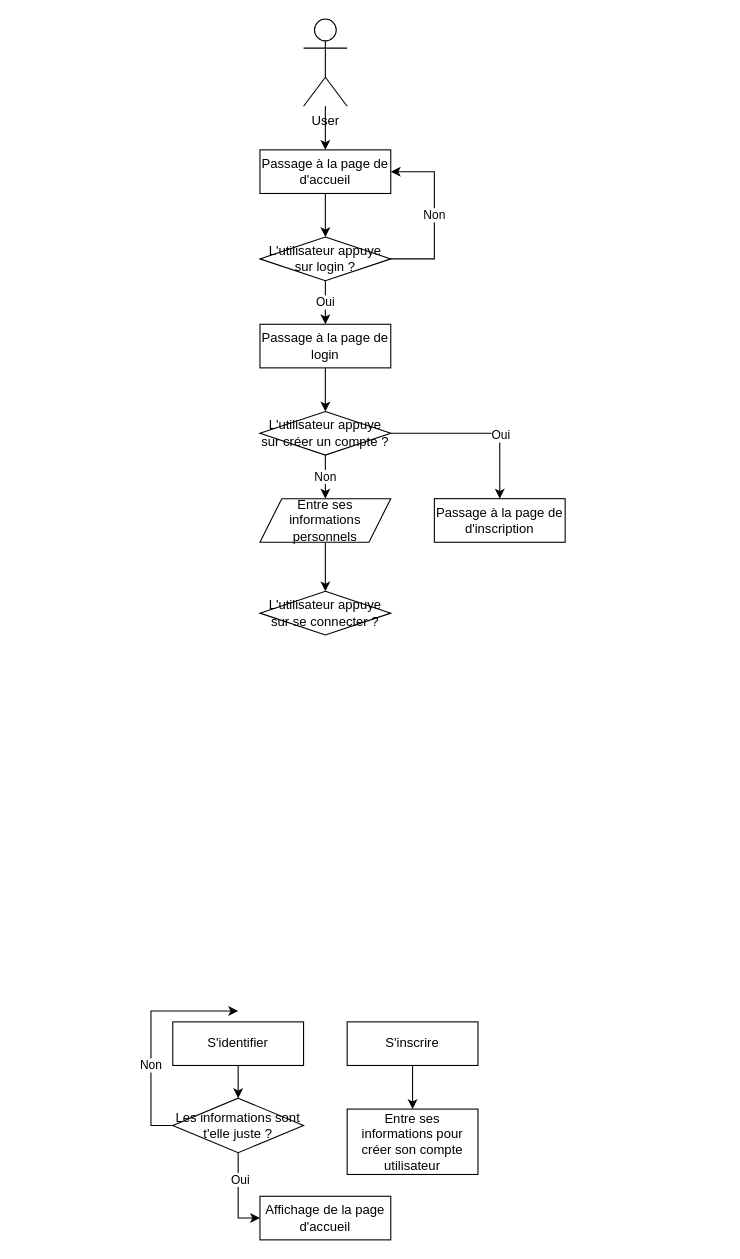
Above: page "Login" (1 of 2) of Documentation/CDC/Diagramme de flux I-Shoes.drawio in romain-lnr/I_Shoes (draw.io), before the change. Source tidied: cells renumbered, new cells numbered last; positions are measured from the earlier drawing's top-left corner, leaving out a move shared by most shapes. Both pictures are drawn from the tidied source at 109%, with x=0, y=0 at pixel (150, 19).
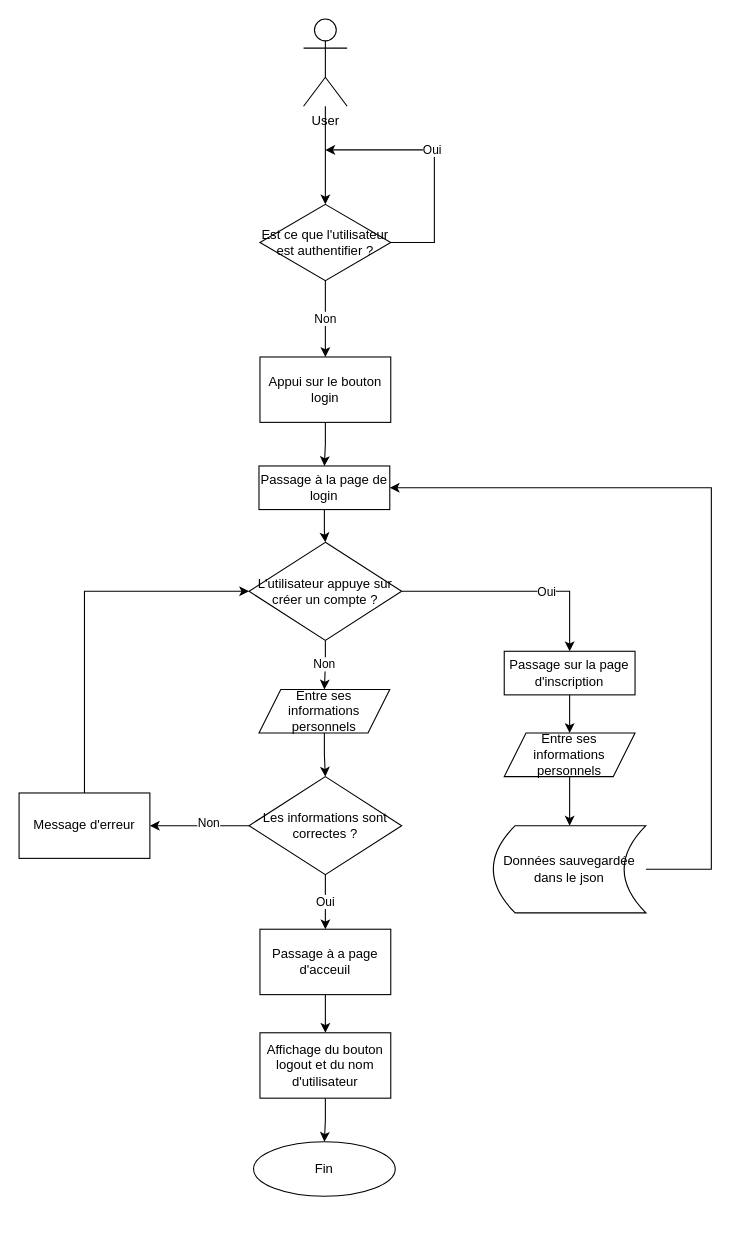
The same page after the edit.

Commit message (it also covers changes not shown here):
Avancement du diagramme de flux

Unchanged cells that the change refers to:
```xml
<mxCell id="3" value="User" style="shape=umlActor;verticalLabelPosition=bottom;verticalAlign=top;html=1;outlineConnect=0;" parent="1" vertex="1">
  <mxGeometry x="140" width="40" height="80" as="geometry" />
</mxCell>
```

What changed in the source:
```diff
@@
-    <mxCell id="2" style="edgeStyle=orthogonalEdgeStyle;rounded=0;jettySize=auto;html=1;" parent="1" edge="1" source="3" target="15">
-      <mxGeometry relative="1" as="geometry" />
-    </mxCell>
@@
-    <mxCell id="4" style="edgeStyle=orthogonalEdgeStyle;rounded=0;jettySize=auto;html=1;" parent="1" edge="1" source="5" target="8">
-      <mxGeometry relative="1" as="geometry" />
-    </mxCell>
-    <mxCell id="5" value="S'inscrire" style="rounded=0;whiteSpace=wrap;html=1;" parent="1" vertex="1">
-      <mxGeometry x="180" y="920" width="120" height="40" as="geometry" />
-    </mxCell>
-    <mxCell id="6" style="edgeStyle=orthogonalEdgeStyle;rounded=0;jettySize=auto;html=1;entryX=0.5;entryY=0;entryDx=0;entryDy=0;" parent="1" edge="1" source="7" target="13">
-      <mxGeometry relative="1" as="geometry" />
-    </mxCell>
-    <mxCell id="7" value="&lt;div&gt;S'identifier&lt;/div&gt;" style="rounded=0;whiteSpace=wrap;html=1;" parent="1" vertex="1">
-      <mxGeometry x="20" y="920" width="120" height="40" as="geometry" />
-    </mxCell>
-    <mxCell id="8" value="Entre ses informations pour créer son compte utilisateur" style="rounded=0;whiteSpace=wrap;html=1;" parent="1" vertex="1">
-      <mxGeometry x="180" y="1000" width="120" height="60" as="geometry" />
-    </mxCell>
-    <mxCell id="9" value="Affichage de la page d'accueil" style="rounded=0;whiteSpace=wrap;html=1;" parent="1" vertex="1">
-      <mxGeometry x="100" y="1080" width="120" height="40" as="geometry" />
-    </mxCell>
-    <mxCell id="10" value="Non" style="edgeStyle=orthogonalEdgeStyle;rounded=0;jettySize=auto;html=1;" parent="1" edge="1" source="13">
-      <mxGeometry x="-0.27" relative="1" as="geometry">
-        <mxPoint x="80" y="910" as="targetPoint" />
-        <Array as="points">
-          <mxPoint y="1015" />
-          <mxPoint y="910" />
-        </Array>
-      </mxGeometry>
-    </mxCell>
-    <mxCell id="11" style="edgeStyle=orthogonalEdgeStyle;rounded=0;jettySize=auto;html=1;entryX=0;entryY=0.5;entryDx=0;entryDy=0;" parent="1" edge="1" source="13" target="9">
-      <mxGeometry relative="1" as="geometry" />
-    </mxCell>
-    <mxCell id="12" value="Oui" style="edgeLabel;html=1;align=center;verticalAlign=middle;" parent="11" vertex="1">
-      <mxGeometry x="-0.41" y="1" relative="1" as="geometry" />
-    </mxCell>
-    <mxCell id="13" value="Les informations sont t'elle juste ?" style="rhombus;whiteSpace=wrap;html=1;" parent="1" vertex="1">
-      <mxGeometry x="20" y="990" width="120" height="50" as="geometry" />
-    </mxCell>
-    <mxCell id="14" style="edgeStyle=orthogonalEdgeStyle;rounded=0;jettySize=auto;html=1;" parent="1" edge="1" source="15" target="18">
+    <mxCell id="14" style="edgeStyle=orthogonalEdgeStyle;rounded=0;jettySize=auto;html=1;" parent="1" edge="1" source="3" target="18">
       <mxGeometry relative="1" as="geometry" />
     </mxCell>
-    <mxCell id="15" value="Passage à la page de d'accueil" style="rounded=0;whiteSpace=wrap;html=1;" parent="1" vertex="1">
-      <mxGeometry x="100" y="120" width="120" height="40" as="geometry" />
-    </mxCell>
-    <mxCell id="16" value="Oui" style="edgeStyle=orthogonalEdgeStyle;rounded=0;jettySize=auto;html=1;" parent="1" edge="1" source="18" target="20">
-      <mxGeometry relative="1" as="geometry" />
+    <mxCell id="16" value="Non" style="edgeStyle=orthogonalEdgeStyle;rounded=0;jettySize=auto;html=1;entryX=0.5;entryY=0;entryDx=0;entryDy=0;" parent="1" edge="1" source="18" target="42">
+      <mxGeometry relative="1" as="geometry">
+        <Array as="points">
+          <mxPoint x="160" y="270" />
+          <mxPoint x="160" y="270" />
+        </Array>
+      </mxGeometry>
     </mxCell>
-    <mxCell id="17" value="Non" style="edgeStyle=orthogonalEdgeStyle;rounded=0;jettySize=auto;html=1;entryX=1;entryY=0.5;entryDx=0;entryDy=0;" parent="1" edge="1" source="18" target="15">
-      <mxGeometry relative="1" as="geometry">
+    <mxCell id="17" value="Oui" style="edgeStyle=orthogonalEdgeStyle;rounded=0;jettySize=auto;html=1;exitX=1;exitY=0.5;exitDx=0;exitDy=0;" parent="1" edge="1" source="18">
+      <mxGeometry x="0.13" relative="1" as="geometry">
+        <mxPoint x="160" y="120" as="targetPoint" />
         <Array as="points">
-          <mxPoint x="260" y="220" />
-          <mxPoint x="260" y="140" />
+          <mxPoint x="260" y="205" />
+          <mxPoint x="260" y="120" />
         </Array>
       </mxGeometry>
     </mxCell>
-    <mxCell id="18" value="L'utilisateur appuye sur login ?" style="rhombus;whiteSpace=wrap;html=1;" parent="1" vertex="1">
-      <mxGeometry x="100" y="200" width="120" height="40" as="geometry" />
+    <mxCell id="18" value="Est ce que l'utilisateur est authentifier ?" style="rhombus;whiteSpace=wrap;html=1;" parent="1" vertex="1">
+      <mxGeometry x="100" y="170" width="120" height="70" as="geometry" />
     </mxCell>
@@
     <mxCell id="20" value="Passage à la page de login" style="rounded=0;whiteSpace=wrap;html=1;" parent="1" vertex="1">
-      <mxGeometry x="100" y="280" width="120" height="40" as="geometry" />
+      <mxGeometry x="99.1" y="410" width="120" height="40" as="geometry" />
     </mxCell>
@@
     <mxCell id="24" value="L'utilisateur appuye sur créer un compte ?" style="rhombus;whiteSpace=wrap;html=1;" parent="1" vertex="1">
-      <mxGeometry x="100" y="360" width="120" height="40" as="geometry" />
+      <mxGeometry x="90" y="480" width="140" height="90" as="geometry" />
     </mxCell>
+    <mxCell id="29" style="edgeStyle=orthogonalEdgeStyle;rounded=0;jettySize=auto;html=1;entryX=0.5;entryY=0;entryDx=0;entryDy=0;" parent="1" edge="1" source="25" target="33">
+      <mxGeometry relative="1" as="geometry" />
+    </mxCell>
-    <mxCell id="25" value="Passage à la page de d'inscription" style="rounded=0;whiteSpace=wrap;html=1;" parent="1" vertex="1">
-      <mxGeometry x="260" y="440" width="120" height="40" as="geometry" />
+    <mxCell id="25" value="Passage sur la page d'inscription" style="rounded=0;whiteSpace=wrap;html=1;" parent="1" vertex="1">
+      <mxGeometry x="324.1" y="580" width="120" height="40" as="geometry" />
     </mxCell>
-    <mxCell id="26" value="L'utilisateur appuye sur se connecter ?" style="rhombus;whiteSpace=wrap;html=1;" parent="1" vertex="1">
-      <mxGeometry x="100" y="525" width="120" height="40" as="geometry" />
-    </mxCell>
-    <mxCell id="27" style="edgeStyle=orthogonalEdgeStyle;rounded=0;jettySize=auto;html=1;" parent="1" edge="1" source="28" target="26">
+    <mxCell id="27" style="edgeStyle=orthogonalEdgeStyle;rounded=0;jettySize=auto;html=1;entryX=0.5;entryY=0;entryDx=0;entryDy=0;" parent="1" edge="1" source="28" target="31">
       <mxGeometry relative="1" as="geometry" />
     </mxCell>
     <mxCell id="28" value="Entre ses informations personnels" style="shape=parallelogram;perimeter=parallelogramPerimeter;whiteSpace=wrap;html=1;fixedSize=1;" parent="1" vertex="1">
-      <mxGeometry x="100" y="440" width="120" height="40" as="geometry" />
+      <mxGeometry x="99.1" y="615" width="120" height="40" as="geometry" />
     </mxCell>
+    <mxCell id="30" style="edgeStyle=orthogonalEdgeStyle;rounded=0;jettySize=auto;html=1;" parent="1" edge="1" source="31" target="39">
+      <mxGeometry relative="1" as="geometry" />
+    </mxCell>
+    <mxCell id="10" value="Non" style="edgeLabel;html=1;align=center;verticalAlign=middle;" parent="30" vertex="1">
+      <mxGeometry x="-0.16" y="-3" relative="1" as="geometry" />
+    </mxCell>
+    <mxCell id="12" value="Oui" style="edgeStyle=orthogonalEdgeStyle;rounded=0;jettySize=auto;html=1;entryX=0.5;entryY=0;entryDx=0;entryDy=0;exitX=0.5;exitY=1;exitDx=0;exitDy=0;" parent="1" edge="1" source="31" target="37">
+      <mxGeometry relative="1" as="geometry" />
+    </mxCell>
+    <mxCell id="31" value="Les informations sont correctes ?" style="rhombus;whiteSpace=wrap;html=1;" parent="1" vertex="1">
+      <mxGeometry x="90" y="695" width="140" height="90" as="geometry" />
+    </mxCell>
+    <mxCell id="32" style="edgeStyle=orthogonalEdgeStyle;rounded=0;jettySize=auto;html=1;" parent="1" edge="1" source="33">
+      <mxGeometry relative="1" as="geometry">
+        <mxPoint x="384.1" y="740" as="targetPoint" />
+      </mxGeometry>
+    </mxCell>
+    <mxCell id="33" value="Entre ses informations personnels" style="shape=parallelogram;perimeter=parallelogramPerimeter;whiteSpace=wrap;html=1;fixedSize=1;" parent="1" vertex="1">
+      <mxGeometry x="324.1" y="655" width="120" height="40" as="geometry" />
+    </mxCell>
+    <mxCell id="34" style="edgeStyle=orthogonalEdgeStyle;rounded=0;jettySize=auto;html=1;entryX=1;entryY=0.5;entryDx=0;entryDy=0;" parent="1" edge="1" source="35" target="20">
+      <mxGeometry relative="1" as="geometry">
+        <Array as="points">
+          <mxPoint x="514.1" y="780" />
+          <mxPoint x="514.1" y="430" />
+        </Array>
+      </mxGeometry>
+    </mxCell>
+    <mxCell id="35" value="Données sauvegardée dans le json" style="shape=dataStorage;whiteSpace=wrap;html=1;fixedSize=1;" parent="1" vertex="1">
+      <mxGeometry x="314.1" y="740" width="140" height="80" as="geometry" />
+    </mxCell>
+    <mxCell id="36" style="edgeStyle=orthogonalEdgeStyle;rounded=0;jettySize=auto;html=1;" parent="1" edge="1" source="37" target="44">
+      <mxGeometry relative="1" as="geometry" />
+    </mxCell>
+    <mxCell id="37" value="Passage à a page d'acceuil" style="whiteSpace=wrap;html=1;" parent="1" vertex="1">
+      <mxGeometry x="100" y="835" width="120" height="60" as="geometry" />
+    </mxCell>
+    <mxCell id="38" style="edgeStyle=orthogonalEdgeStyle;rounded=0;jettySize=auto;html=1;exitX=0.5;exitY=0;exitDx=0;exitDy=0;entryX=0;entryY=0.5;entryDx=0;entryDy=0;" parent="1" edge="1" source="39" target="24">
+      <mxGeometry relative="1" as="geometry" />
+    </mxCell>
+    <mxCell id="39" value="Message d'erreur" style="whiteSpace=wrap;html=1;" parent="1" vertex="1">
+      <mxGeometry x="-121" y="710" width="120" height="60" as="geometry" />
+    </mxCell>
+    <mxCell id="40" value="Fin" style="ellipse;whiteSpace=wrap;html=1;" parent="1" vertex="1">
+      <mxGeometry x="94.1" y="1030" width="130" height="50" as="geometry" />
+    </mxCell>
+    <mxCell id="41" style="edgeStyle=orthogonalEdgeStyle;rounded=0;jettySize=auto;html=1;exitX=0.5;exitY=1;exitDx=0;exitDy=0;entryX=0.5;entryY=0;entryDx=0;entryDy=0;" parent="1" edge="1" source="42" target="20">
+      <mxGeometry relative="1" as="geometry" />
+    </mxCell>
+    <mxCell id="42" value="Appui sur le bouton login" style="whiteSpace=wrap;html=1;" parent="1" vertex="1">
+      <mxGeometry x="100" y="310" width="120" height="60" as="geometry" />
+    </mxCell>
+    <mxCell id="43" style="edgeStyle=orthogonalEdgeStyle;rounded=0;jettySize=auto;html=1;" parent="1" edge="1" source="44" target="40">
+      <mxGeometry relative="1" as="geometry" />
+    </mxCell>
+    <mxCell id="44" value="Affichage du bouton logout et du nom d'utilisateur" style="whiteSpace=wrap;html=1;" parent="1" vertex="1">
+      <mxGeometry x="100" y="930" width="120" height="60" as="geometry" />
+    </mxCell>
```
